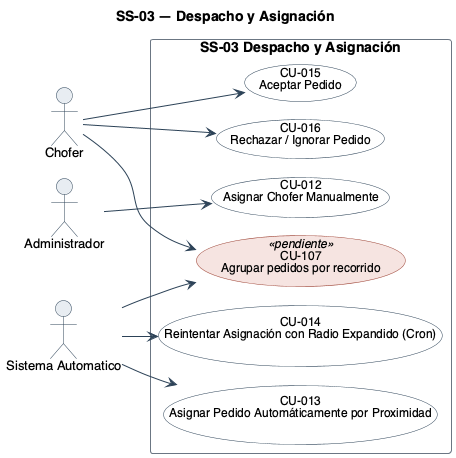
This is diagramas/uml/CU_SS-03_Despacho-Y-Asignacion.png from Nahuelito-Dev/splg-docs, a PlantUML export, as it was before one commit. The source it was exported from:
```plantuml
@startuml
!pragma layout smetana
title SS-03 — Despacho y Asignación
left to right direction
skinparam backgroundColor #FFFFFF
skinparam shadowing false
skinparam defaultFontName Helvetica
skinparam defaultFontSize 13
skinparam ArrowColor #2C4257
skinparam actor {
  BorderColor #2C4257
  BackgroundColor #E8EDF2
}
skinparam usecase {
  BorderColor #2C4257
  BackgroundColor #FFFFFF
  FontSize 12
  BorderColor<<pendiente>> #9C4436
  BackgroundColor<<pendiente>> #F6E4E1
}
skinparam rectangle {
  BorderColor #6B7683
  FontSize 14
  FontStyle bold
}

actor "Chofer" as A2
actor "Administrador" as A3
actor "Sistema Automatico" as A4

rectangle "SS-03 Despacho y Asignación" {
  usecase "CU-012\nAsignar Chofer Manualmente" as U12
  usecase "CU-013\nAsignar Pedido Automáticamente por Proximidad" as U13
  usecase "CU-014\nReintentar Asignación con Radio Expandido (Cron)" as U14
  usecase "CU-015\nAceptar Pedido" as U15
  usecase "CU-016\nRechazar / Ignorar Pedido" as U16
  usecase "CU-107\nAgrupar pedidos por recorrido" as U107 <<pendiente>>
}

A3 --> U12
A4 --> U13
A4 --> U14
A2 --> U15
A2 --> U16
A2 --> U107
A4 --> U107
@enduml
```
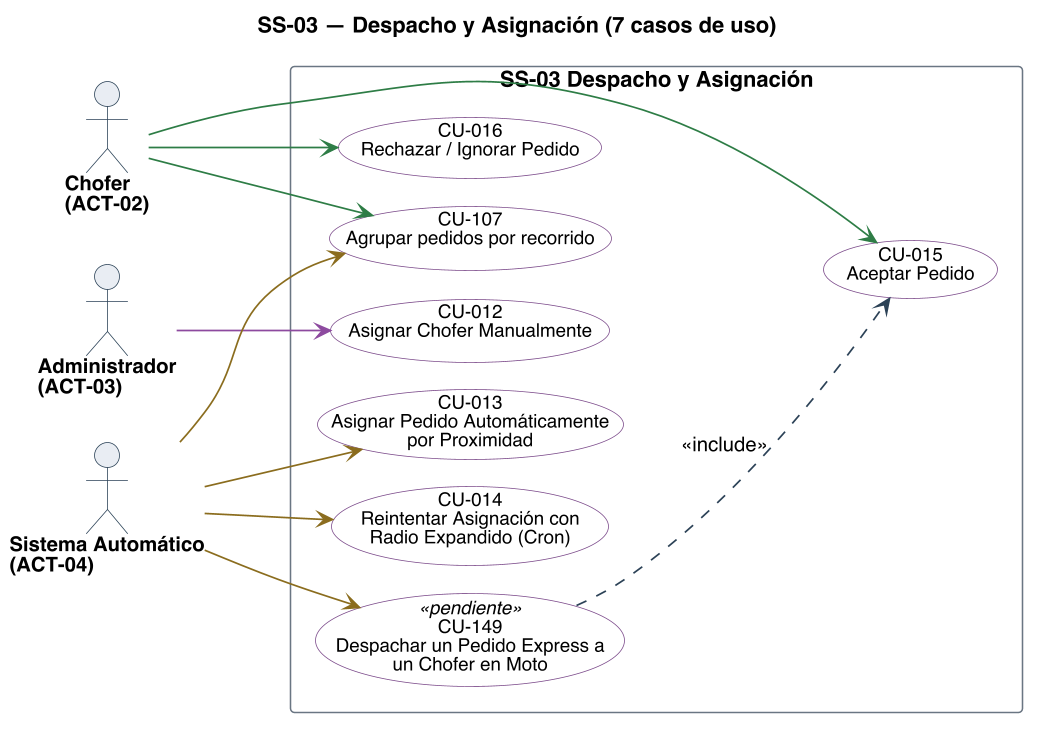
The same file after the commit.

Change to the diagram source:
```diff
@@ -1,22 +1,23 @@
 @startuml
-!pragma layout smetana
-title SS-03 — Despacho y Asignación
+title SS-03 — Despacho y Asignación (7 casos de uso)
 left to right direction
 skinparam backgroundColor #FFFFFF
 skinparam shadowing false
 skinparam defaultFontName Helvetica
 skinparam defaultFontSize 13
+skinparam dpi 150
 skinparam ArrowColor #2C4257
+skinparam ArrowThickness 1.1
 skinparam actor {
   BorderColor #2C4257
   BackgroundColor #E8EDF2
+  FontSize 13
+  FontStyle bold
 }
 skinparam usecase {
   BorderColor #2C4257
   BackgroundColor #FFFFFF
   FontSize 12
-  BorderColor<<pendiente>> #9C4436
-  BackgroundColor<<pendiente>> #F6E4E1
 }
 skinparam rectangle {
   BorderColor #6B7683
@@ -24,24 +25,36 @@
   FontStyle bold
 }
 
-actor "Chofer" as A2
-actor "Administrador" as A3
-actor "Sistema Automatico" as A4
+skinparam nodesep 18
+skinparam ranksep 70
+skinparam usecase {
+  BorderColor<<pendiente>> #9C4436
+  BackgroundColor<<pendiente>> #F6E4E1
+}
+
+actor "Chofer\n(ACT-02)" as A02
+actor "Administrador\n(ACT-03)" as A03
+actor "Sistema Automático\n(ACT-04)" as A04
 
 rectangle "SS-03 Despacho y Asignación" {
-  usecase "CU-012\nAsignar Chofer Manualmente" as U12
-  usecase "CU-013\nAsignar Pedido Automáticamente por Proximidad" as U13
-  usecase "CU-014\nReintentar Asignación con Radio Expandido (Cron)" as U14
-  usecase "CU-015\nAceptar Pedido" as U15
-  usecase "CU-016\nRechazar / Ignorar Pedido" as U16
-  usecase "CU-107\nAgrupar pedidos por recorrido" as U107 <<pendiente>>
+  usecase "CU-012\nAsignar Chofer Manualmente" as U012 #back:FFFFFF;line:7B4B8A
+  usecase "CU-013\nAsignar Pedido Automáticamente\npor Proximidad" as U013 #back:FFFFFF;line:7B4B8A
+  usecase "CU-014\nReintentar Asignación con\nRadio Expandido (Cron)" as U014 #back:FFFFFF;line:7B4B8A
+  usecase "CU-015\nAceptar Pedido" as U015 #back:FFFFFF;line:7B4B8A
+  usecase "CU-016\nRechazar / Ignorar Pedido" as U016 #back:FFFFFF;line:7B4B8A
+  usecase "CU-107\nAgrupar pedidos por recorrido" as U107 #back:FFFFFF;line:7B4B8A
+  usecase "CU-149\nDespachar un Pedido Express a\nun Chofer en Moto" as U149 <<pendiente>> #back:FFFFFF;line:7B4B8A
 }
 
-A3 --> U12
-A4 --> U13
-A4 --> U14
-A2 --> U15
-A2 --> U16
-A2 --> U107
-A4 --> U107
+A02 -[#2E7D46]-> U015
+A02 -[#2E7D46]-> U016
+A02 -[#2E7D46]-> U107
+A03 -[#8C4A9E]-> U012
+A04 -[#8A6D1F]-> U013
+A04 -[#8A6D1F]-> U014
+A04 -[#8A6D1F]-> U107
+A04 -[#8A6D1F]-> U149
+
+U149 ..> U015 : <<include>>
+
 @enduml
```
